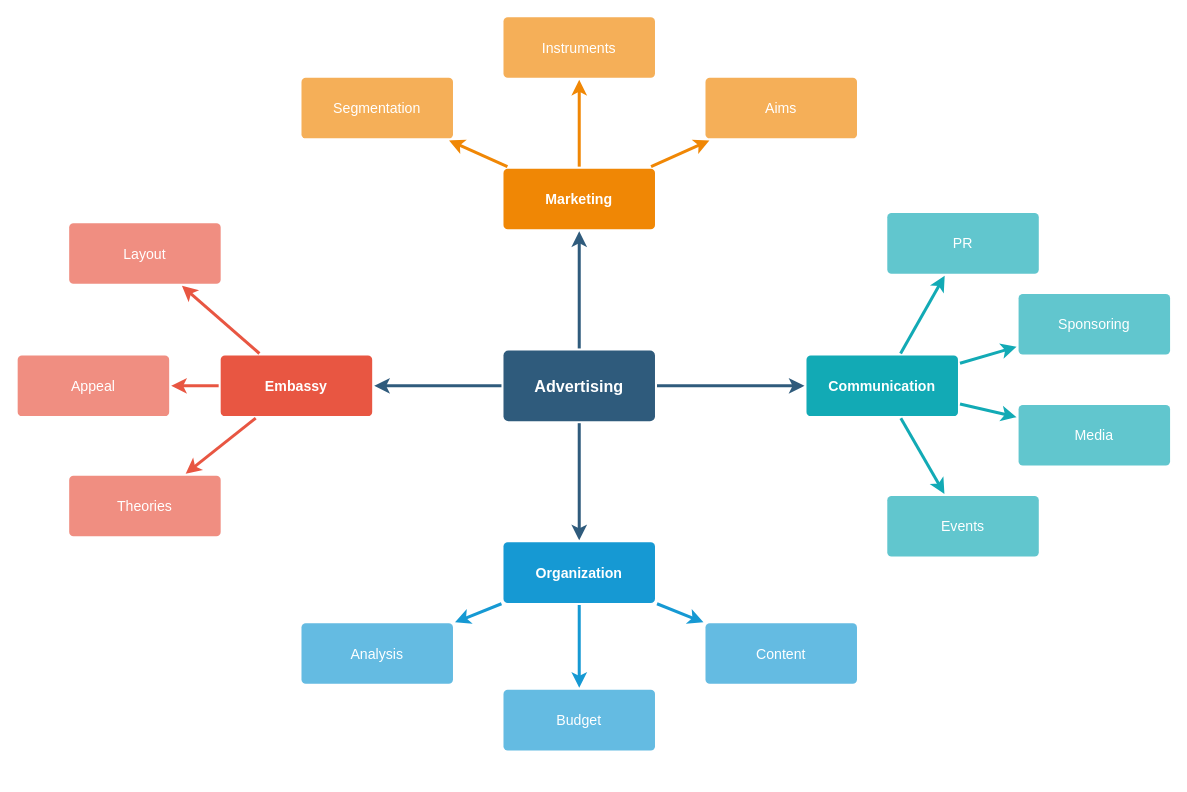
LiamL17/liaml17.github.io keeps this draw.io diagram as LiamsLife.drawio. Above is the earlier version. Source tidied: cells renumbered, new cells numbered last; positions are measured from the earlier drawing's top-left corner, leaving out a move shared by most shapes. Both pictures are drawn from the tidied source at 101%, with x=0, y=0 at pixel (17, 16).
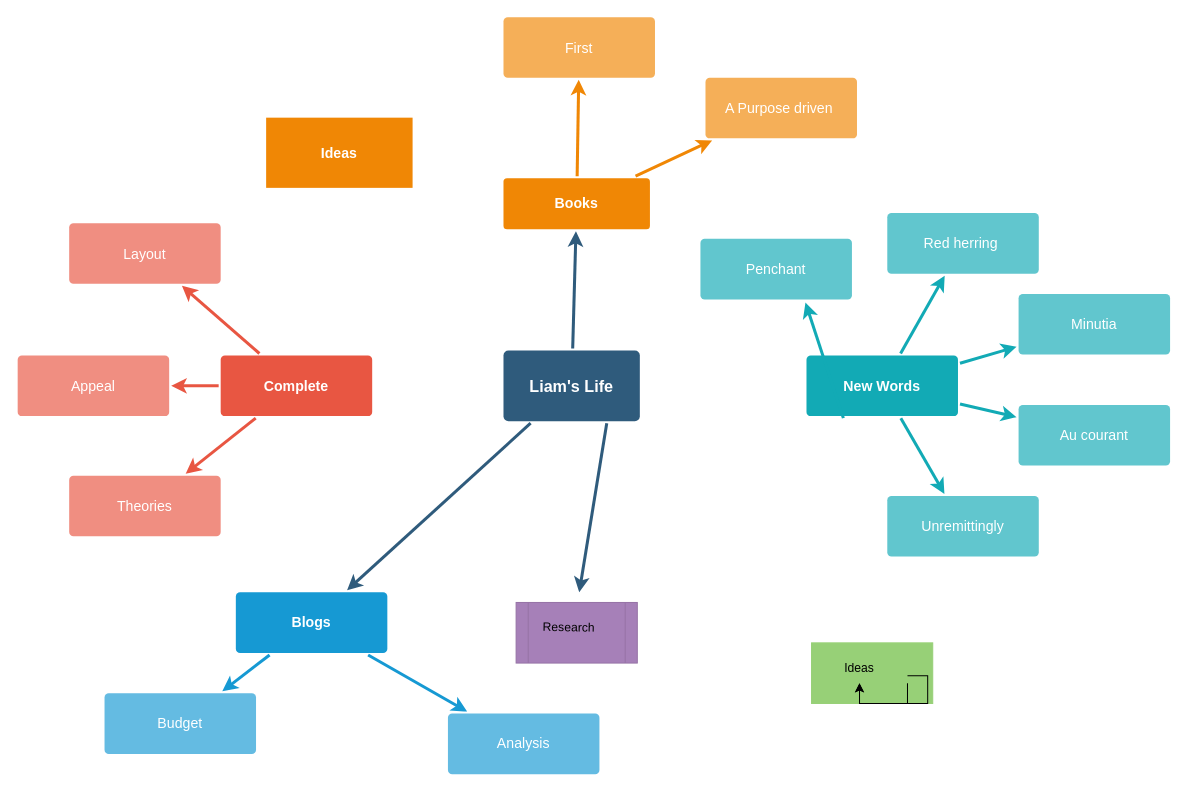
The same diagram, later.

Commit message:
Move Nuclino content

Diff of the diagram source:
```diff
@@
-    <mxCell id="3" style="edgeStyle=none;rounded=0;jumpStyle=none;html=1;shadow=0;labelBackgroundColor=none;startArrow=none;startFill=0;endArrow=classic;endFill=1;jettySize=auto;strokeColor=#2F5B7C;strokeWidth=3;fontFamily=Helvetica;fontSize=16;fontColor=#23445D;spacing=5;" parent="1" edge="1" source="6" target="28">
-      <mxGeometry relative="1" as="geometry" />
-    </mxCell>
@@
-    <mxCell id="5" style="edgeStyle=none;rounded=0;jumpStyle=none;html=1;shadow=0;labelBackgroundColor=none;startArrow=none;startFill=0;endArrow=classic;endFill=1;jettySize=auto;strokeColor=#2F5B7C;strokeWidth=3;fontFamily=Helvetica;fontSize=16;fontColor=#23445D;spacing=5;" parent="1" edge="1" source="6" target="10">
-      <mxGeometry relative="1" as="geometry" />
-    </mxCell>
-    <mxCell id="6" value="Advertising" style="rounded=1;whiteSpace=wrap;html=1;shadow=0;labelBackgroundColor=none;strokeColor=none;strokeWidth=3;fillColor=#2F5B7C;fontFamily=Helvetica;fontSize=16;fontColor=#FFFFFF;align=center;fontStyle=1;spacing=5;arcSize=7;perimeterSpacing=2;" parent="1" vertex="1">
-      <mxGeometry x="481" y="330.5" width="150" height="70" as="geometry" />
+    <mxCell id="6" value="Liam's Life" style="rounded=1;whiteSpace=wrap;html=1;shadow=0;labelBackgroundColor=none;strokeColor=none;strokeWidth=3;fillColor=#2F5B7C;fontFamily=Helvetica;fontSize=16;fontColor=#FFFFFF;align=center;fontStyle=1;spacing=5;arcSize=7;perimeterSpacing=2;" parent="1" vertex="1">
+      <mxGeometry x="481" y="330.5" width="135" height="70" as="geometry" />
     </mxCell>
@@
-    <mxCell id="10" value="Embassy" style="rounded=1;whiteSpace=wrap;html=1;shadow=0;labelBackgroundColor=none;strokeColor=none;strokeWidth=3;fillColor=#e85642;fontFamily=Helvetica;fontSize=14;fontColor=#FFFFFF;align=center;spacing=5;fontStyle=1;arcSize=7;perimeterSpacing=2;" parent="1" vertex="1">
+    <mxCell id="10" value="Complete" style="rounded=1;whiteSpace=wrap;html=1;shadow=0;labelBackgroundColor=none;strokeColor=none;strokeWidth=3;fillColor=#e85642;fontFamily=Helvetica;fontSize=14;fontColor=#FFFFFF;align=center;spacing=5;fontStyle=1;arcSize=7;perimeterSpacing=2;" parent="1" vertex="1">
       <mxGeometry x="201" y="335.5" width="150" height="60" as="geometry" />
     </mxCell>
@@
-    <mxCell id="16" style="edgeStyle=none;rounded=0;jumpStyle=none;html=1;shadow=0;labelBackgroundColor=none;startArrow=none;startFill=0;endArrow=classic;endFill=1;jettySize=auto;strokeColor=#1699D3;strokeWidth=3;fontFamily=Helvetica;fontSize=14;fontColor=#FFFFFF;spacing=5;" parent="1" edge="1" source="17" target="18">
-      <mxGeometry relative="1" as="geometry" />
-    </mxCell>
-    <mxCell id="17" value="Organization" style="rounded=1;whiteSpace=wrap;html=1;shadow=0;labelBackgroundColor=none;strokeColor=none;strokeWidth=3;fillColor=#1699d3;fontFamily=Helvetica;fontSize=14;fontColor=#FFFFFF;align=center;spacing=5;fontStyle=1;arcSize=7;perimeterSpacing=2;" parent="1" vertex="1">
-      <mxGeometry x="481" y="520.5" width="150" height="60" as="geometry" />
+    <mxCell id="17" value="Blogs" style="rounded=1;whiteSpace=wrap;html=1;shadow=0;labelBackgroundColor=none;strokeColor=none;strokeWidth=3;fillColor=#1699d3;fontFamily=Helvetica;fontSize=14;fontColor=#FFFFFF;align=center;spacing=5;fontStyle=1;arcSize=7;perimeterSpacing=2;" parent="1" vertex="1">
+      <mxGeometry x="216" y="570" width="150" height="60" as="geometry" />
     </mxCell>
-    <mxCell id="18" value="Content" style="rounded=1;whiteSpace=wrap;html=1;shadow=0;labelBackgroundColor=none;strokeColor=none;strokeWidth=3;fillColor=#64bbe2;fontFamily=Helvetica;fontSize=14;fontColor=#FFFFFF;align=center;spacing=5;arcSize=7;perimeterSpacing=2;" parent="1" vertex="1">
-      <mxGeometry x="681" y="600.5" width="150" height="60" as="geometry" />
-    </mxCell>
     <mxCell id="19" value="Budget" style="rounded=1;whiteSpace=wrap;html=1;shadow=0;labelBackgroundColor=none;strokeColor=none;strokeWidth=3;fillColor=#64bbe2;fontFamily=Helvetica;fontSize=14;fontColor=#FFFFFF;align=center;spacing=5;arcSize=7;perimeterSpacing=2;" parent="1" vertex="1">
-      <mxGeometry x="481" y="666.5" width="150" height="60" as="geometry" />
+      <mxGeometry x="86" y="670" width="150" height="60" as="geometry" />
     </mxCell>
     <mxCell id="20" value="Analysis" style="rounded=1;whiteSpace=wrap;html=1;shadow=0;labelBackgroundColor=none;strokeColor=none;strokeWidth=3;fillColor=#64bbe2;fontFamily=Helvetica;fontSize=14;fontColor=#FFFFFF;align=center;spacing=5;arcSize=7;perimeterSpacing=2;" parent="1" vertex="1">
-      <mxGeometry x="281" y="600.5" width="150" height="60" as="geometry" />
+      <mxGeometry x="426" y="690" width="150" height="60" as="geometry" />
     </mxCell>
-    <mxCell id="21" value="Marketing" style="rounded=1;whiteSpace=wrap;html=1;shadow=0;labelBackgroundColor=none;strokeColor=none;strokeWidth=3;fillColor=#F08705;fontFamily=Helvetica;fontSize=14;fontColor=#FFFFFF;align=center;spacing=5;fontStyle=1;arcSize=7;perimeterSpacing=2;" parent="1" vertex="1">
-      <mxGeometry x="481" y="150.5" width="150" height="60" as="geometry" />
+    <mxCell id="21" value="Books" style="rounded=1;whiteSpace=wrap;html=1;shadow=0;labelBackgroundColor=none;strokeColor=none;strokeWidth=3;fillColor=#F08705;fontFamily=Helvetica;fontSize=14;fontColor=#FFFFFF;align=center;spacing=5;fontStyle=1;arcSize=7;perimeterSpacing=2;" parent="1" vertex="1">
+      <mxGeometry x="481" y="160" width="145" height="50.5" as="geometry" />
     </mxCell>
-    <mxCell id="22" value="Aims&lt;br&gt;" style="rounded=1;whiteSpace=wrap;html=1;shadow=0;labelBackgroundColor=none;strokeColor=none;strokeWidth=3;fillColor=#f5af58;fontFamily=Helvetica;fontSize=14;fontColor=#FFFFFF;align=center;spacing=5;arcSize=7;perimeterSpacing=2;" parent="1" vertex="1">
+    <mxCell id="22" value="A Purpose driven&amp;nbsp;" style="rounded=1;whiteSpace=wrap;html=1;shadow=0;labelBackgroundColor=none;strokeColor=none;strokeWidth=3;fillColor=#f5af58;fontFamily=Helvetica;fontSize=14;fontColor=#FFFFFF;align=center;spacing=5;arcSize=7;perimeterSpacing=2;" parent="1" vertex="1">
       <mxGeometry x="681" y="60.5" width="150" height="60" as="geometry" />
     </mxCell>
@@
-    <mxCell id="24" value="Instruments" style="rounded=1;whiteSpace=wrap;html=1;shadow=0;labelBackgroundColor=none;strokeColor=none;strokeWidth=3;fillColor=#f5af58;fontFamily=Helvetica;fontSize=14;fontColor=#FFFFFF;align=center;spacing=5;arcSize=7;perimeterSpacing=2;" parent="1" vertex="1">
+    <mxCell id="24" value="First" style="rounded=1;whiteSpace=wrap;html=1;shadow=0;labelBackgroundColor=none;strokeColor=none;strokeWidth=3;fillColor=#f5af58;fontFamily=Helvetica;fontSize=14;fontColor=#FFFFFF;align=center;spacing=5;arcSize=7;perimeterSpacing=2;" parent="1" vertex="1">
       <mxGeometry x="481" y="0.5" width="150" height="60" as="geometry" />
     </mxCell>
@@
-    <mxCell id="26" value="Segmentation" style="rounded=1;whiteSpace=wrap;html=1;shadow=0;labelBackgroundColor=none;strokeColor=none;strokeWidth=3;fillColor=#f5af58;fontFamily=Helvetica;fontSize=14;fontColor=#FFFFFF;align=center;spacing=5;arcSize=7;perimeterSpacing=2;" parent="1" vertex="1">
-      <mxGeometry x="281" y="60.5" width="150" height="60" as="geometry" />
-    </mxCell>
-    <mxCell id="27" style="edgeStyle=none;rounded=0;jumpStyle=none;html=1;shadow=0;labelBackgroundColor=none;startArrow=none;startFill=0;endArrow=classic;endFill=1;jettySize=auto;strokeColor=#F08705;strokeWidth=3;fontFamily=Helvetica;fontSize=14;fontColor=#FFFFFF;spacing=5;" parent="1" edge="1" source="21" target="26">
-      <mxGeometry relative="1" as="geometry" />
-    </mxCell>
-    <mxCell id="28" value="Communication" style="rounded=1;whiteSpace=wrap;html=1;shadow=0;labelBackgroundColor=none;strokeColor=none;strokeWidth=3;fillColor=#12aab5;fontFamily=Helvetica;fontSize=14;fontColor=#FFFFFF;align=center;spacing=5;fontStyle=1;arcSize=7;perimeterSpacing=2;" parent="1" vertex="1">
+    <mxCell id="28" value="New Words" style="rounded=1;whiteSpace=wrap;html=1;shadow=0;labelBackgroundColor=none;strokeColor=none;strokeWidth=3;fillColor=#12aab5;fontFamily=Helvetica;fontSize=14;fontColor=#FFFFFF;align=center;spacing=5;fontStyle=1;arcSize=7;perimeterSpacing=2;" parent="1" vertex="1">
       <mxGeometry x="781" y="335.5" width="150" height="60" as="geometry" />
     </mxCell>
-    <mxCell id="29" value="Events" style="rounded=1;whiteSpace=wrap;html=1;shadow=0;labelBackgroundColor=none;strokeColor=none;strokeWidth=3;fillColor=#61c6ce;fontFamily=Helvetica;fontSize=14;fontColor=#FFFFFF;align=center;spacing=5;fontStyle=0;arcSize=7;perimeterSpacing=2;" parent="1" vertex="1">
+    <mxCell id="29" value="Unremittingly" style="rounded=1;whiteSpace=wrap;html=1;shadow=0;labelBackgroundColor=none;strokeColor=none;strokeWidth=3;fillColor=#61c6ce;fontFamily=Helvetica;fontSize=14;fontColor=#FFFFFF;align=center;spacing=5;fontStyle=0;arcSize=7;perimeterSpacing=2;" parent="1" vertex="1">
       <mxGeometry x="861" y="474.5" width="150" height="60" as="geometry" />
     </mxCell>
@@
-    <mxCell id="31" value="Media" style="rounded=1;whiteSpace=wrap;html=1;shadow=0;labelBackgroundColor=none;strokeColor=none;strokeWidth=3;fillColor=#61c6ce;fontFamily=Helvetica;fontSize=14;fontColor=#FFFFFF;align=center;spacing=5;fontStyle=0;arcSize=7;perimeterSpacing=2;" parent="1" vertex="1">
+    <mxCell id="31" value="Au courant" style="rounded=1;whiteSpace=wrap;html=1;shadow=0;labelBackgroundColor=none;strokeColor=none;strokeWidth=3;fillColor=#61c6ce;fontFamily=Helvetica;fontSize=14;fontColor=#FFFFFF;align=center;spacing=5;fontStyle=0;arcSize=7;perimeterSpacing=2;" parent="1" vertex="1">
       <mxGeometry x="991" y="384.5" width="150" height="60" as="geometry" />
     </mxCell>
@@
-    <mxCell id="33" value="Sponsoring" style="rounded=1;whiteSpace=wrap;html=1;shadow=0;labelBackgroundColor=none;strokeColor=none;strokeWidth=3;fillColor=#61c6ce;fontFamily=Helvetica;fontSize=14;fontColor=#FFFFFF;align=center;spacing=5;fontStyle=0;arcSize=7;perimeterSpacing=2;" parent="1" vertex="1">
+    <mxCell id="33" value="Minutia" style="rounded=1;whiteSpace=wrap;html=1;shadow=0;labelBackgroundColor=none;strokeColor=none;strokeWidth=3;fillColor=#61c6ce;fontFamily=Helvetica;fontSize=14;fontColor=#FFFFFF;align=center;spacing=5;fontStyle=0;arcSize=7;perimeterSpacing=2;" parent="1" vertex="1">
       <mxGeometry x="991" y="274.5" width="150" height="60" as="geometry" />
     </mxCell>
@@
-    <mxCell id="35" value="PR" style="rounded=1;whiteSpace=wrap;html=1;shadow=0;labelBackgroundColor=none;strokeColor=none;strokeWidth=3;fillColor=#61c6ce;fontFamily=Helvetica;fontSize=14;fontColor=#FFFFFF;align=center;spacing=5;fontStyle=0;arcSize=7;perimeterSpacing=2;" parent="1" vertex="1">
+    <mxCell id="35" value="Red herring&amp;nbsp;" style="rounded=1;whiteSpace=wrap;html=1;shadow=0;labelBackgroundColor=none;strokeColor=none;strokeWidth=3;fillColor=#61c6ce;fontFamily=Helvetica;fontSize=14;fontColor=#FFFFFF;align=center;spacing=5;fontStyle=0;arcSize=7;perimeterSpacing=2;" parent="1" vertex="1">
       <mxGeometry x="861" y="194.5" width="150" height="60" as="geometry" />
     </mxCell>
@@
+    <mxCell id="37" style="shape=process;whiteSpace=wrap;html=1;backgroundOutline=1;fillColor=#A680B8;strokeColor=#9673a6;" parent="1" vertex="1">
+      <mxGeometry x="493.5" y="580" width="120" height="60" as="geometry" />
+    </mxCell>
+    <mxCell id="38" style="rounded=0;whiteSpace=wrap;html=1;fillColor=#97D077;strokeColor=#97D077;" parent="1" vertex="1">
+      <mxGeometry x="786" y="620" width="120" height="60" as="geometry" />
+    </mxCell>
+    <mxCell id="39" value="Research" style="text;html=1;strokeColor=none;fillColor=none;align=center;verticalAlign=middle;whiteSpace=wrap;rounded=0;rotation=1;" parent="1" vertex="1">
+      <mxGeometry x="496.2" y="590" width="100" height="30" as="geometry" />
+    </mxCell>
+    <mxCell id="40" value="Ideas" style="text;html=1;strokeColor=none;fillColor=none;align=center;verticalAlign=middle;whiteSpace=wrap;rounded=0;" parent="1" vertex="1">
+      <mxGeometry x="786" y="630" width="95" height="30" as="geometry" />
+    </mxCell>
+    <mxCell id="41" value="Penchant" style="rounded=1;whiteSpace=wrap;html=1;shadow=0;labelBackgroundColor=none;strokeColor=none;strokeWidth=3;fillColor=#61c6ce;fontFamily=Helvetica;fontSize=14;fontColor=#FFFFFF;align=center;spacing=5;fontStyle=0;arcSize=7;perimeterSpacing=2;" parent="1" vertex="1">
+      <mxGeometry x="676" y="220" width="150" height="60" as="geometry" />
+    </mxCell>
+    <mxCell id="42" style="edgeStyle=none;rounded=1;jumpStyle=none;html=1;shadow=0;labelBackgroundColor=none;startArrow=none;startFill=0;jettySize=auto;strokeColor=#12AAB5;strokeWidth=3;fontFamily=Helvetica;fontSize=14;fontColor=#FFFFFF;spacing=5;fontStyle=1;fillColor=#b0e3e6;exitX=0.25;exitY=1;exitDx=0;exitDy=0;" parent="1" edge="1" source="28">
+      <mxGeometry relative="1" as="geometry">
+        <mxPoint x="780" y="283" as="targetPoint" />
+      </mxGeometry>
+    </mxCell>
+    <mxCell id="43" style="edgeStyle=none;rounded=0;jumpStyle=none;html=1;shadow=0;labelBackgroundColor=none;startArrow=none;startFill=0;endArrow=classic;endFill=1;jettySize=auto;strokeColor=#2F5B7C;strokeWidth=3;fontFamily=Helvetica;fontSize=16;fontColor=#23445D;spacing=5;exitX=0.75;exitY=1;exitDx=0;exitDy=0;" parent="1" edge="1" source="6">
+      <mxGeometry relative="1" as="geometry">
+        <mxPoint x="556" y="570" as="targetPoint" />
+      </mxGeometry>
+    </mxCell>
+    <mxCell id="44" style="edgeStyle=orthogonalEdgeStyle;rounded=0;orthogonalLoop=1;jettySize=auto;html=1;exitX=1;exitY=1;exitDx=0;exitDy=0;" parent="1" edge="1" source="40" target="40">
+      <mxGeometry relative="1" as="geometry" />
+    </mxCell>
+    <mxCell id="45" style="edgeStyle=orthogonalEdgeStyle;rounded=0;orthogonalLoop=1;jettySize=auto;html=1;exitX=1;exitY=0.75;exitDx=0;exitDy=0;" parent="1" edge="1" source="40" target="40">
+      <mxGeometry relative="1" as="geometry" />
+    </mxCell>
+    <mxCell id="46" value="Ideas" style="rounded=1;whiteSpace=wrap;html=1;shadow=0;labelBackgroundColor=none;strokeColor=none;strokeWidth=3;fillColor=#F08705;fontFamily=Helvetica;fontSize=14;fontColor=#FFFFFF;align=center;spacing=5;fontStyle=1;arcSize=0;perimeterSpacing=2;" parent="1" vertex="1">
+      <mxGeometry x="246" y="100" width="145" height="69.5" as="geometry" />
+    </mxCell>
```
